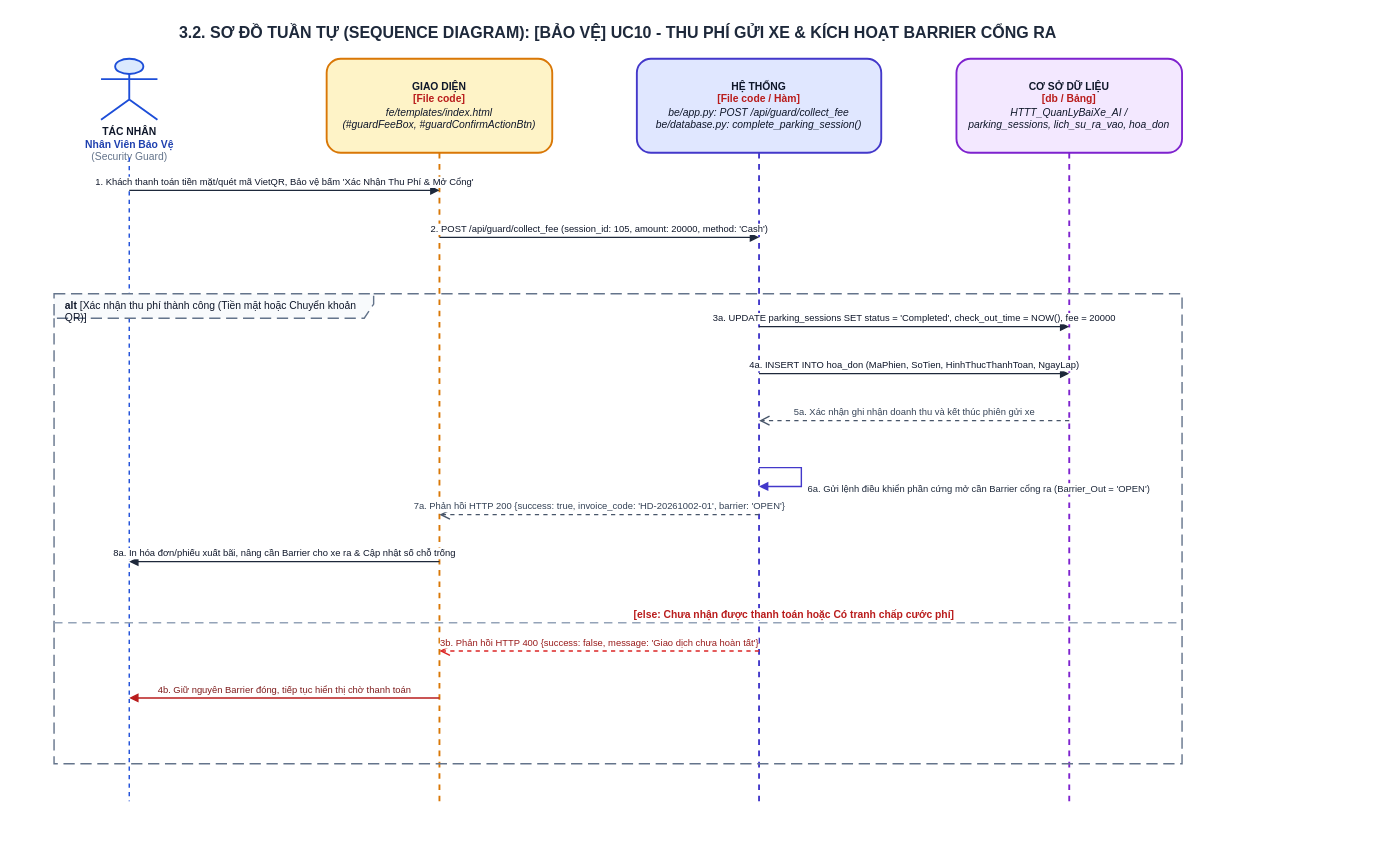
Before: ongthanquoctruong_24CT2_cnpm/docs/drawio/uc10_guard_collect_fee_barrier.drawio in Truong027/CNPM24, a draw.io diagram. Source tidied: cells renumbered, new cells numbered last; positions are measured from the earlier drawing's top-left corner, leaving out a move shared by most shapes. Both pictures are drawn from the tidied source at 94%, with x=0, y=0 at pixel (16, 16).
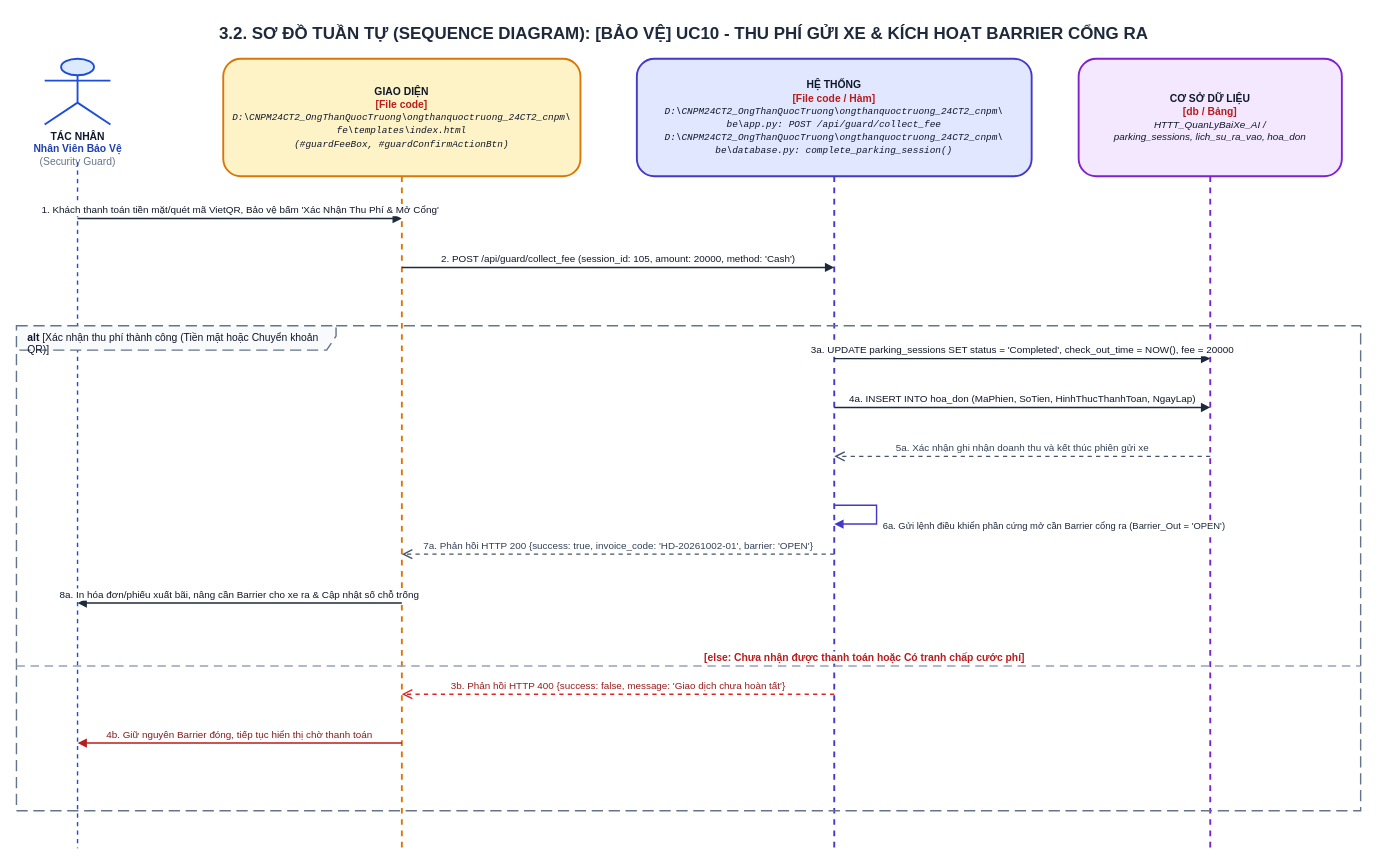
The same diagram, later.

What changed in the source:
```diff
@@
-    <mxCell id="2" value="&lt;b&gt;3.2. SƠ ĐỒ TUẦN TỰ (SEQUENCE DIAGRAM): [BẢO VỆ] UC10 - THU PHÍ GỬI XE &amp; KÍCH HOẠT BARRIER CỔNG RA&lt;/b&gt;" style="text;html=1;strokeColor=none;fillColor=none;align=center;verticalAlign=middle;whiteSpace=wrap;rounded=0;fontSize=17;fontColor=#1E293B;fontStyle=1;" parent="1" vertex="1">
-      <mxGeometry width="1280" height="35" as="geometry" />
+    <mxCell id="2" value="&lt;b&gt;3.2. SƠ ĐỒ TUẦN TỰ (SEQUENCE DIAGRAM): [BẢO VỆ] UC10 - THU PHÍ GỬI XE &amp; KÍCH HOẠT BARRIER CỔNG RA&lt;/b&gt;" style="text;html=1;strokeColor=none;fillColor=none;align=center;verticalAlign=middle;whiteSpace=wrap;rounded=0;fontSize=18;fontColor=#1E293B;fontStyle=1;" parent="1" vertex="1">
+      <mxGeometry width="1420" height="35" as="geometry" />
     </mxCell>
     <mxCell id="3" value="&lt;b&gt;TÁC NHÂN&lt;/b&gt;&lt;br/&gt;&lt;font color='#1E40AF'&gt;&lt;b&gt;Nhân Viên Bảo Vệ&lt;/b&gt;&lt;/font&gt;&lt;br/&gt;&lt;font color='#64748B'&gt;(Security Guard)&lt;/font&gt;" style="shape=umlActor;verticalLabelPosition=bottom;verticalAlign=top;html=1;fillColor=#DBEAFE;strokeColor=#1D4ED8;strokeWidth=2;fontSize=11;fontColor=#0F172A;align=center;" parent="1" vertex="1">
-      <mxGeometry x="90" y="45" width="60" height="65" as="geometry" />
+      <mxGeometry x="30" y="45" width="70" height="70" as="geometry" />
     </mxCell>
     <mxCell id="4" style="endArrow=none;dashed=1;html=1;strokeWidth=1.5;strokeColor=#1D4ED8;" parent="1" edge="1">
       <mxGeometry relative="1" as="geometry">
-        <mxPoint x="120" y="150" as="sourcePoint" />
-        <mxPoint x="120" y="835" as="targetPoint" />
+        <mxPoint x="65" y="155" as="sourcePoint" />
+        <mxPoint x="65" y="885" as="targetPoint" />
       </mxGeometry>
     </mxCell>
-    <mxCell id="5" value="&lt;b&gt;GIAO DIỆN&lt;/b&gt;&lt;br/&gt;&lt;font color='#B91C1C'&gt;&lt;b&gt;[File code]&lt;/b&gt;&lt;/font&gt;&lt;br/&gt;&lt;i&gt;fe/templates/index.html&lt;br/&gt;(#guardFeeBox, #guardConfirmActionBtn)&lt;/i&gt;" style="shape=umlLifeline;perimeter=lifelinePerimeter;whiteSpace=wrap;html=1;size=100;fillColor=#FEF3C7;strokeColor=#D97706;strokeWidth=2;fontColor=#0F172A;rounded=1;shadow=0;fontSize=11;align=center;" parent="1" vertex="1">
-      <mxGeometry x="330" y="45" width="240" height="790" as="geometry" />
+    <mxCell id="5" value="&lt;b&gt;GIAO DIỆN&lt;/b&gt;&lt;br/&gt;&lt;font color='#B91C1C'&gt;&lt;b&gt;[File code]&lt;/b&gt;&lt;/font&gt;&lt;br/&gt;&lt;font style='font-size: 10px; font-family: Consolas, monospace;'&gt;&lt;i&gt;D:\CNPM24CT2_OngThanQuocTruong\ongthanquoctruong_24CT2_cnpm\&lt;br/&gt;fe\templates\index.html&lt;br/&gt;(#guardFeeBox, #guardConfirmActionBtn)&lt;/i&gt;&lt;/font&gt;" style="shape=umlLifeline;perimeter=lifelinePerimeter;whiteSpace=wrap;html=1;size=125;fillColor=#FEF3C7;strokeColor=#D97706;strokeWidth=2;fontColor=#0F172A;rounded=1;shadow=0;fontSize=11;align=center;" parent="1" vertex="1">
+      <mxGeometry x="220" y="45" width="380" height="840" as="geometry" />
     </mxCell>
-    <mxCell id="6" value="&lt;b&gt;HỆ THỐNG&lt;/b&gt;&lt;br/&gt;&lt;font color='#B91C1C'&gt;&lt;b&gt;[File code / Hàm]&lt;/b&gt;&lt;/font&gt;&lt;br/&gt;&lt;i&gt;be/app.py: POST /api/guard/collect_fee&lt;br/&gt;be/database.py: complete_parking_session()&lt;/i&gt;" style="shape=umlLifeline;perimeter=lifelinePerimeter;whiteSpace=wrap;html=1;size=100;fillColor=#E0E7FF;strokeColor=#4338CA;strokeWidth=2;fontColor=#0F172A;rounded=1;shadow=0;fontSize=11;align=center;" parent="1" vertex="1">
-      <mxGeometry x="660" y="45" width="260" height="790" as="geometry" />
+    <mxCell id="6" value="&lt;b&gt;HỆ THỐNG&lt;/b&gt;&lt;br/&gt;&lt;font color='#B91C1C'&gt;&lt;b&gt;[File code / Hàm]&lt;/b&gt;&lt;/font&gt;&lt;br/&gt;&lt;font style='font-size: 10px; font-family: Consolas, monospace;'&gt;&lt;i&gt;D:\CNPM24CT2_OngThanQuocTruong\ongthanquoctruong_24CT2_cnpm\&lt;br/&gt;be\app.py: POST /api/guard/collect_fee&lt;br/&gt;D:\CNPM24CT2_OngThanQuocTruong\ongthanquoctruong_24CT2_cnpm\&lt;br/&gt;be\database.py: complete_parking_session()&lt;/i&gt;&lt;/font&gt;" style="shape=umlLifeline;perimeter=lifelinePerimeter;whiteSpace=wrap;html=1;size=125;fillColor=#E0E7FF;strokeColor=#4338CA;strokeWidth=2;fontColor=#0F172A;rounded=1;shadow=0;fontSize=11;align=center;" parent="1" vertex="1">
+      <mxGeometry x="660" y="45" width="420" height="840" as="geometry" />
     </mxCell>
-    <mxCell id="7" value="&lt;b&gt;CƠ SỞ DỮ LIỆU&lt;/b&gt;&lt;br/&gt;&lt;font color='#B91C1C'&gt;&lt;b&gt;[db / Bảng]&lt;/b&gt;&lt;/font&gt;&lt;br/&gt;&lt;i&gt;HTTT_QuanLyBaiXe_AI /&lt;br/&gt;parking_sessions, lich_su_ra_vao, hoa_don&lt;/i&gt;" style="shape=umlLifeline;perimeter=lifelinePerimeter;whiteSpace=wrap;html=1;size=100;fillColor=#F3E8FF;strokeColor=#7E22CE;strokeWidth=2;fontColor=#0F172A;rounded=1;shadow=0;fontSize=11;align=center;" parent="1" vertex="1">
-      <mxGeometry x="1000" y="45" width="240" height="790" as="geometry" />
+    <mxCell id="7" value="&lt;b&gt;CƠ SỞ DỮ LIỆU&lt;/b&gt;&lt;br/&gt;&lt;font color='#B91C1C'&gt;&lt;b&gt;[db / Bảng]&lt;/b&gt;&lt;/font&gt;&lt;br/&gt;&lt;font style='font-size: 10.5px;'&gt;&lt;i&gt;HTTT_QuanLyBaiXe_AI /&lt;br/&gt;parking_sessions, lich_su_ra_vao, hoa_don&lt;/i&gt;&lt;/font&gt;" style="shape=umlLifeline;perimeter=lifelinePerimeter;whiteSpace=wrap;html=1;size=125;fillColor=#F3E8FF;strokeColor=#7E22CE;strokeWidth=2;fontColor=#0F172A;rounded=1;shadow=0;fontSize=11;align=center;" parent="1" vertex="1">
+      <mxGeometry x="1130" y="45" width="280" height="840" as="geometry" />
     </mxCell>
-    <mxCell id="8" value="1. Khách thanh toán tiền mặt/quét mã VietQR, Bảo vệ bấm 'Xác Nhận Thu Phí &amp; Mở Cổng'" style="html=1;verticalAlign=bottom;endArrow=block;rounded=0;strokeColor=#1E293B;strokeWidth=1.5;fontColor=#0F172A;fontSize=10;" parent="1" edge="1">
+    <mxCell id="8" value="1. Khách thanh toán tiền mặt/quét mã VietQR, Bảo vệ bấm 'Xác Nhận Thu Phí &amp; Mở Cổng'" style="html=1;verticalAlign=bottom;endArrow=block;rounded=0;strokeColor=#1E293B;strokeWidth=1.5;fontColor=#0F172A;fontSize=10.5;" parent="1" edge="1">
       <mxGeometry relative="1" as="geometry">
-        <mxPoint x="120" y="185" as="sourcePoint" />
-        <mxPoint x="450" y="185" as="targetPoint" />
+        <mxPoint x="65" y="215" as="sourcePoint" />
+        <mxPoint x="410" y="215" as="targetPoint" />
       </mxGeometry>
     </mxCell>
-    <mxCell id="9" value="2. POST /api/guard/collect_fee (session_id: 105, amount: 20000, method: 'Cash')" style="html=1;verticalAlign=bottom;endArrow=block;rounded=0;strokeColor=#1E293B;strokeWidth=1.5;fontColor=#0F172A;fontSize=10;" parent="1" edge="1">
+    <mxCell id="9" value="2. POST /api/guard/collect_fee (session_id: 105, amount: 20000, method: 'Cash')" style="html=1;verticalAlign=bottom;endArrow=block;rounded=0;strokeColor=#1E293B;strokeWidth=1.5;fontColor=#0F172A;fontSize=10.5;" parent="1" edge="1">
       <mxGeometry relative="1" as="geometry">
-        <mxPoint x="450" y="235" as="sourcePoint" />
-        <mxPoint x="790" y="235" as="targetPoint" />
+        <mxPoint x="410" y="267" as="sourcePoint" />
+        <mxPoint x="870" y="267" as="targetPoint" />
       </mxGeometry>
     </mxCell>
     <mxCell id="10" value="&lt;b&gt;alt&lt;/b&gt; [Xác nhận thu phí thành công (Tiền mặt hoặc Chuyển khoản QR)]" style="shape=umlFrame;whiteSpace=wrap;html=1;width=340;height=26;dashed=1;dashPattern=8 4;strokeColor=#64748B;fillColor=#F8FAFC;strokeWidth=1.5;align=left;spacingLeft=10;verticalAlign=top;fontStyle=0;fontSize=11;fontColor=#0F172A;" parent="1" vertex="1">
-      <mxGeometry x="40" y="295" width="1200" height="500" as="geometry" />
+      <mxGeometry y="329" width="1430" height="516" as="geometry" />
     </mxCell>
-    <mxCell id="11" value="3a. UPDATE parking_sessions SET status = 'Completed', check_out_time = NOW(), fee = 20000" style="html=1;verticalAlign=bottom;endArrow=block;rounded=0;strokeColor=#1E293B;strokeWidth=1.5;fontColor=#0F172A;fontSize=10;" parent="1" edge="1">
+    <mxCell id="11" value="3a. UPDATE parking_sessions SET status = 'Completed', check_out_time = NOW(), fee = 20000" style="html=1;verticalAlign=bottom;endArrow=block;rounded=0;strokeColor=#1E293B;strokeWidth=1.5;fontColor=#0F172A;fontSize=10.5;" parent="1" edge="1">
       <mxGeometry relative="1" as="geometry">
-        <mxPoint x="790" y="330" as="sourcePoint" />
-        <mxPoint x="1120" y="330" as="targetPoint" />
+        <mxPoint x="870" y="364" as="sourcePoint" />
+        <mxPoint x="1270" y="364" as="targetPoint" />
       </mxGeometry>
     </mxCell>
-    <mxCell id="12" value="4a. INSERT INTO hoa_don (MaPhien, SoTien, HinhThucThanhToan, NgayLap)" style="html=1;verticalAlign=bottom;endArrow=block;rounded=0;strokeColor=#1E293B;strokeWidth=1.5;fontColor=#0F172A;fontSize=10;" parent="1" edge="1">
+    <mxCell id="12" value="4a. INSERT INTO hoa_don (MaPhien, SoTien, HinhThucThanhToan, NgayLap)" style="html=1;verticalAlign=bottom;endArrow=block;rounded=0;strokeColor=#1E293B;strokeWidth=1.5;fontColor=#0F172A;fontSize=10.5;" parent="1" edge="1">
       <mxGeometry relative="1" as="geometry">
-        <mxPoint x="790" y="380" as="sourcePoint" />
-        <mxPoint x="1120" y="380" as="targetPoint" />
+        <mxPoint x="870" y="416" as="sourcePoint" />
+        <mxPoint x="1270" y="416" as="targetPoint" />
       </mxGeometry>
     </mxCell>
-    <mxCell id="13" value="5a. Xác nhận ghi nhận doanh thu và kết thúc phiên gửi xe" style="html=1;verticalAlign=bottom;endArrow=open;dashed=1;endSize=8;rounded=0;strokeColor=#475569;strokeWidth=1.5;fontColor=#334155;fontSize=10;" parent="1" edge="1">
+    <mxCell id="13" value="5a. Xác nhận ghi nhận doanh thu và kết thúc phiên gửi xe" style="html=1;verticalAlign=bottom;endArrow=open;dashed=1;endSize=8;rounded=0;strokeColor=#475569;strokeWidth=1.5;fontColor=#334155;fontSize=10.5;" parent="1" edge="1">
       <mxGeometry relative="1" as="geometry">
-        <mxPoint x="1120" y="430" as="sourcePoint" />
-        <mxPoint x="790" y="430" as="targetPoint" />
+        <mxPoint x="1270" y="468" as="sourcePoint" />
+        <mxPoint x="870" y="468" as="targetPoint" />
       </mxGeometry>
     </mxCell>
     <mxCell id="14" value="6a. Gửi lệnh điều khiển phần cứng mở cần Barrier cổng ra (Barrier_Out = 'OPEN')" style="html=1;align=left;spacingLeft=5;verticalAlign=top;endArrow=block;rounded=0;edgeStyle=orthogonalEdgeStyle;curved=0;strokeColor=#4338CA;strokeWidth=1.5;fontColor=#1E293B;fontSize=10;" parent="1" edge="1">
       <mxGeometry relative="1" as="geometry">
-        <mxPoint x="790" y="480" as="sourcePoint" />
-        <mxPoint x="790" y="500" as="targetPoint" />
+        <mxPoint x="870" y="520" as="sourcePoint" />
+        <mxPoint x="870" y="540" as="targetPoint" />
         <Array as="points">
-          <mxPoint x="835" y="480" />
-          <mxPoint x="835" y="500" />
+          <mxPoint x="915" y="520" />
+          <mxPoint x="915" y="540" />
         </Array>
       </mxGeometry>
     </mxCell>
-    <mxCell id="15" value="7a. Phản hồi HTTP 200 {success: true, invoice_code: 'HD-20261002-01', barrier: 'OPEN'}" style="html=1;verticalAlign=bottom;endArrow=open;dashed=1;endSize=8;rounded=0;strokeColor=#475569;strokeWidth=1.5;fontColor=#334155;fontSize=10;" parent="1" edge="1">
+    <mxCell id="15" value="7a. Phản hồi HTTP 200 {success: true, invoice_code: 'HD-20261002-01', barrier: 'OPEN'}" style="html=1;verticalAlign=bottom;endArrow=open;dashed=1;endSize=8;rounded=0;strokeColor=#475569;strokeWidth=1.5;fontColor=#334155;fontSize=10.5;" parent="1" edge="1">
       <mxGeometry relative="1" as="geometry">
-        <mxPoint x="790" y="530" as="sourcePoint" />
-        <mxPoint x="450" y="530" as="targetPoint" />
+        <mxPoint x="870" y="572" as="sourcePoint" />
+        <mxPoint x="410" y="572" as="targetPoint" />
       </mxGeometry>
     </mxCell>
-    <mxCell id="16" value="8a. In hóa đơn/phiếu xuất bãi, nâng cần Barrier cho xe ra &amp; Cập nhật số chỗ trống" style="html=1;verticalAlign=bottom;endArrow=block;rounded=0;strokeColor=#1E293B;strokeWidth=1.5;fontColor=#0F172A;fontSize=10;" parent="1" edge="1">
+    <mxCell id="16" value="8a. In hóa đơn/phiếu xuất bãi, nâng cần Barrier cho xe ra &amp; Cập nhật số chỗ trống" style="html=1;verticalAlign=bottom;endArrow=block;rounded=0;strokeColor=#1E293B;strokeWidth=1.5;fontColor=#0F172A;fontSize=10.5;" parent="1" edge="1">
       <mxGeometry relative="1" as="geometry">
-        <mxPoint x="450" y="580" as="sourcePoint" />
-        <mxPoint x="120" y="580" as="targetPoint" />
+        <mxPoint x="410" y="624" as="sourcePoint" />
+        <mxPoint x="65" y="624" as="targetPoint" />
       </mxGeometry>
     </mxCell>
     <mxCell id="17" value="&lt;b&gt;[else: Chưa nhận được thanh toán hoặc Có tranh chấp cước phí]&lt;/b&gt;" style="html=1;strokeWidth=1.5;strokeColor=#94A3B8;dashed=1;dashPattern=6 4;endArrow=none;align=left;verticalAlign=bottom;spacingLeft=15;fontColor=#B91C1C;fontSize=11;fontStyle=0;" parent="1" edge="1">
       <mxGeometry relative="1" as="geometry">
-        <mxPoint x="40" y="645" as="sourcePoint" />
-        <mxPoint x="1240" y="645" as="targetPoint" />
+        <mxPoint y="691" as="sourcePoint" />
+        <mxPoint x="1430" y="691" as="targetPoint" />
       </mxGeometry>
     </mxCell>
-    <mxCell id="18" value="3b. Phản hồi HTTP 400 {success: false, message: 'Giao dịch chưa hoàn tất'}" style="html=1;verticalAlign=bottom;endArrow=open;dashed=1;endSize=8;rounded=0;strokeColor=#DC2626;strokeWidth=1.5;fontColor=#991B1B;fontSize=10;" parent="1" edge="1">
+    <mxCell id="18" value="3b. Phản hồi HTTP 400 {success: false, message: 'Giao dịch chưa hoàn tất'}" style="html=1;verticalAlign=bottom;endArrow=open;dashed=1;endSize=8;rounded=0;strokeColor=#DC2626;strokeWidth=1.5;fontColor=#991B1B;fontSize=10.5;" parent="1" edge="1">
       <mxGeometry relative="1" as="geometry">
-        <mxPoint x="790" y="675" as="sourcePoint" />
-        <mxPoint x="450" y="675" as="targetPoint" />
+        <mxPoint x="870" y="721" as="sourcePoint" />
+        <mxPoint x="410" y="721" as="targetPoint" />
       </mxGeometry>
     </mxCell>
-    <mxCell id="19" value="4b. Giữ nguyên Barrier đóng, tiếp tục hiển thị chờ thanh toán" style="html=1;verticalAlign=bottom;endArrow=block;rounded=0;strokeColor=#B91C1C;strokeWidth=1.5;fontColor=#7F1D1D;fontSize=10;" parent="1" edge="1">
+    <mxCell id="19" value="4b. Giữ nguyên Barrier đóng, tiếp tục hiển thị chờ thanh toán" style="html=1;verticalAlign=bottom;endArrow=block;rounded=0;strokeColor=#B91C1C;strokeWidth=1.5;fontColor=#7F1D1D;fontSize=10.5;" parent="1" edge="1">
       <mxGeometry relative="1" as="geometry">
-        <mxPoint x="450" y="725" as="sourcePoint" />
-        <mxPoint x="120" y="725" as="targetPoint" />
+        <mxPoint x="410" y="773" as="sourcePoint" />
+        <mxPoint x="65" y="773" as="targetPoint" />
       </mxGeometry>
     </mxCell>
```
